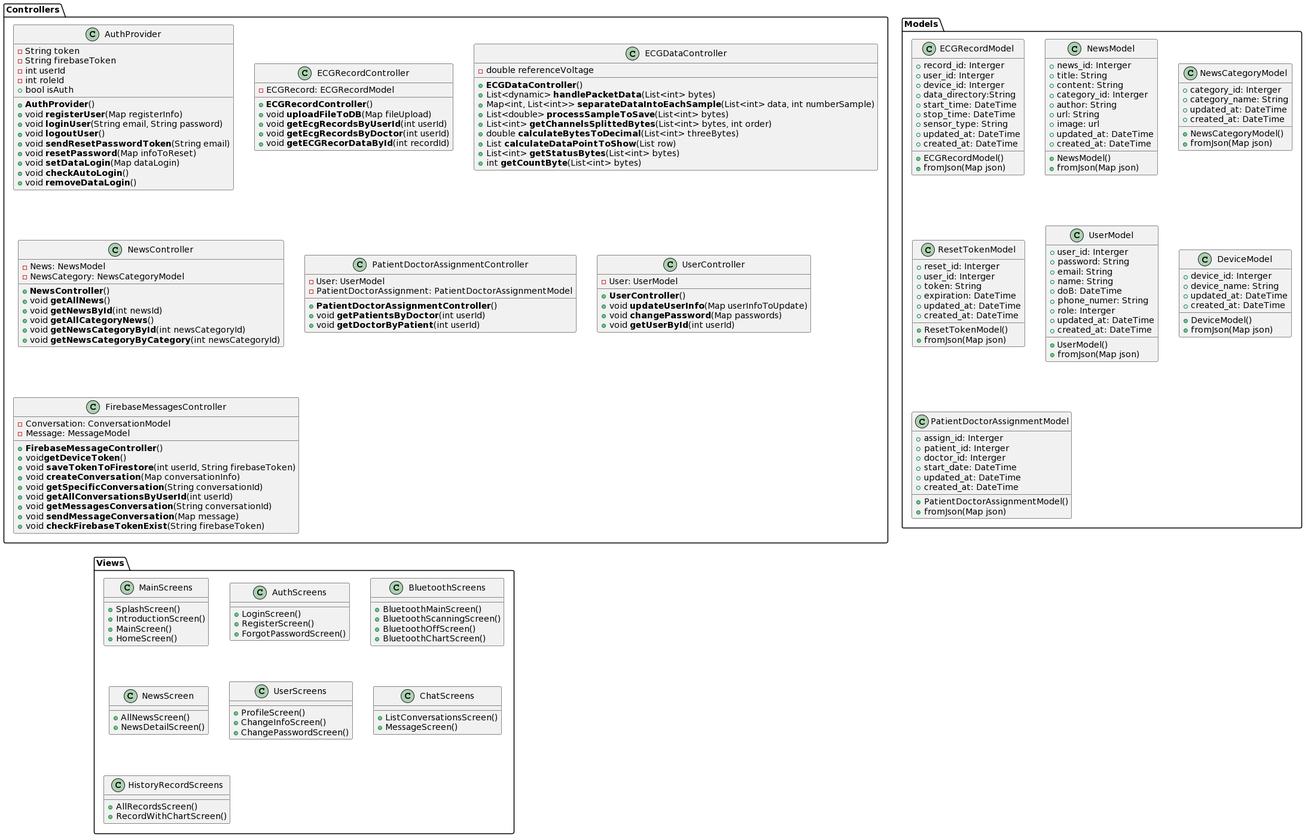
Above: latex_thesis/Images/mobile_app/class_diagram/mobile_class_diagram.png in techcomrade/fmECG (PlantUML), before the change. The source it was exported from:
```plantuml
@startuml

package Controllers {
    class AuthProvider {
        - String token
        - String firebaseToken
        - int userId
        - int roleId
        + bool isAuth

        + **AuthProvider**()
        + void **registerUser**(Map registerInfo)
        + void **loginUser**(String email, String password)
        + void **logoutUser**()
        + void **sendResetPasswordToken**(String email)
        + void **resetPassword**(Map infoToReset)
        + void **setDataLogin**(Map dataLogin)
        + void **checkAutoLogin**()
        + void **removeDataLogin**()
    }

    class ECGRecordController {
        - ECGRecord: ECGRecordModel

        + **ECGRecordController**()
        + void **uploadFileToDB**(Map fileUpload)
        + void **getEcgRecordsByUserId**(int userId)
        + void **getEcgRecordsByDoctor**(int userId)
        + void **getECGRecorDataById**(int recordId)
    }

   class ECGDataController {
        - double referenceVoltage
        + **ECGDataController**()
        + List<dynamic> **handlePacketData**(List<int> bytes)
        + Map<int, List<int>> **separateDataIntoEachSample**(List<int> data, int numberSample)
        + List<double> **processSampleToSave**(List<int> bytes)
        + List<int> **getChannelsSplittedBytes**(List<int> bytes, int order)
        + double **calculateBytesToDecimal**(List<int> threeBytes)
        + List **calculateDataPointToShow**(List row)
        + List<int> **getStatusBytes**(List<int> bytes)
        + int **getCountByte**(List<int> bytes)
    }

    class NewsController {
        - News: NewsModel
        - NewsCategory: NewsCategoryModel

        + **NewsController**()
        + void **getAllNews**()
        + void **getNewsById**(int newsId)
        + void **getAllCategoryNews**()
        + void **getNewsCategoryById**(int newsCategoryId)
        + void **getNewsCategoryByCategory**(int newsCategoryId)
    }

    class PatientDoctorAssignmentController {
        - User: UserModel
        - PatientDoctorAssignment: PatientDoctorAssignmentModel

        + **PatientDoctorAssignmentController**()
        + void **getPatientsByDoctor**(int userId)
        + void **getDoctorByPatient**(int userId)
    }

    class UserController {
        - User: UserModel

        + **UserController**()
        + void **updateUserInfo**(Map userInfoToUpdate)
        + void **changePassword**(Map passwords)
        + void **getUserById**(int userId)

    }

    class FirebaseMessagesController  {
        - Conversation: ConversationModel
        - Message: MessageModel

        + **FirebaseMessageController**()
        + void**getDeviceToken**()
        + void **saveTokenToFirestore**(int userId, String firebaseToken)
        + void **createConversation**(Map conversationInfo)
        + void **getSpecificConversation**(String conversationId)
        + void **getAllConversationsByUserId**(int userId)
        + void **getMessagesConversation**(String conversationId)
        + void **sendMessageConversation**(Map message)
        + void **checkFirebaseTokenExist**(String firebaseToken)
    }
}


package Models {
    class ECGRecordModel {
        + record_id: Interger
        + user_id: Interger
        + device_id: Interger
        + data_directory:String
        + start_time: DateTime
        + stop_time: DateTime
        + sensor_type: String
        + updated_at: DateTime
        + created_at: DateTime

        + ECGRecordModel()
        + fromJson(Map json)

    }

    class NewsModel {
        + news_id: Interger
        + title: String
        + content: String
        + category_id: Interger
        + author: String
        + url: String
        + image: url
        + updated_at: DateTime
        + created_at: DateTime

        + NewsModel()
        + fromJson(Map json)
    }

    class NewsCategoryModel {
        + category_id: Interger
        + category_name: String
        + updated_at: DateTime
        + created_at: DateTime

        + NewsCategoryModel()
        + fromJson(Map json)

    }

    class ResetTokenModel {
        + reset_id: Interger
        + user_id: Interger
        + token: String
        + expiration: DateTime
        + updated_at: DateTime
        + created_at: DateTime

        + ResetTokenModel()
        + fromJson(Map json)

    }

    class UserModel {
        + user_id: Interger
        + password: String
        + email: String
        + name: String
        + doB: DateTime
        + phone_numer: String
        + role: Interger
        + updated_at: DateTime
        + created_at: DateTime

        + UserModel()
        + fromJson(Map json)

    }

    class DeviceModel {
        + device_id: Interger
        + device_name: String
        + updated_at: DateTime
        + created_at: DateTime

        + DeviceModel()
        + fromJson(Map json)

    }

    class PatientDoctorAssignmentModel {
        + assign_id: Interger
        + patient_id: Interger
        + doctor_id: Interger
        + start_date: DateTime
        + updated_at: DateTime
        + created_at: DateTime

        + PatientDoctorAssignmentModel()
        + fromJson(Map json)
    }

}

package Views {

  class MainScreens {
    + SplashScreen()
    + IntroductionScreen()
    + MainScreen()
    + HomeScreen()
  }

  class AuthScreens {
    + LoginScreen()
    + RegisterScreen()
    + ForgotPasswordScreen()
  }

  class BluetoothScreens {
    + BluetoothMainScreen()
    + BluetoothScanningScreen()
    + BluetoothOffScreen()
    + BluetoothChartScreen()
  }

  class NewsScreen {
    + AllNewsScreen()
    + NewsDetailScreen()
  }

  class UserScreens {
    + ProfileScreen()
    + ChangeInfoScreen()
    + ChangePasswordScreen()
  }

  class ChatScreens {
    + ListConversationsScreen()
    + MessageScreen()
  }

  class HistoryRecordScreens {
    + AllRecordsScreen()
    + RecordWithChartScreen()
  }
}
@enduml
```
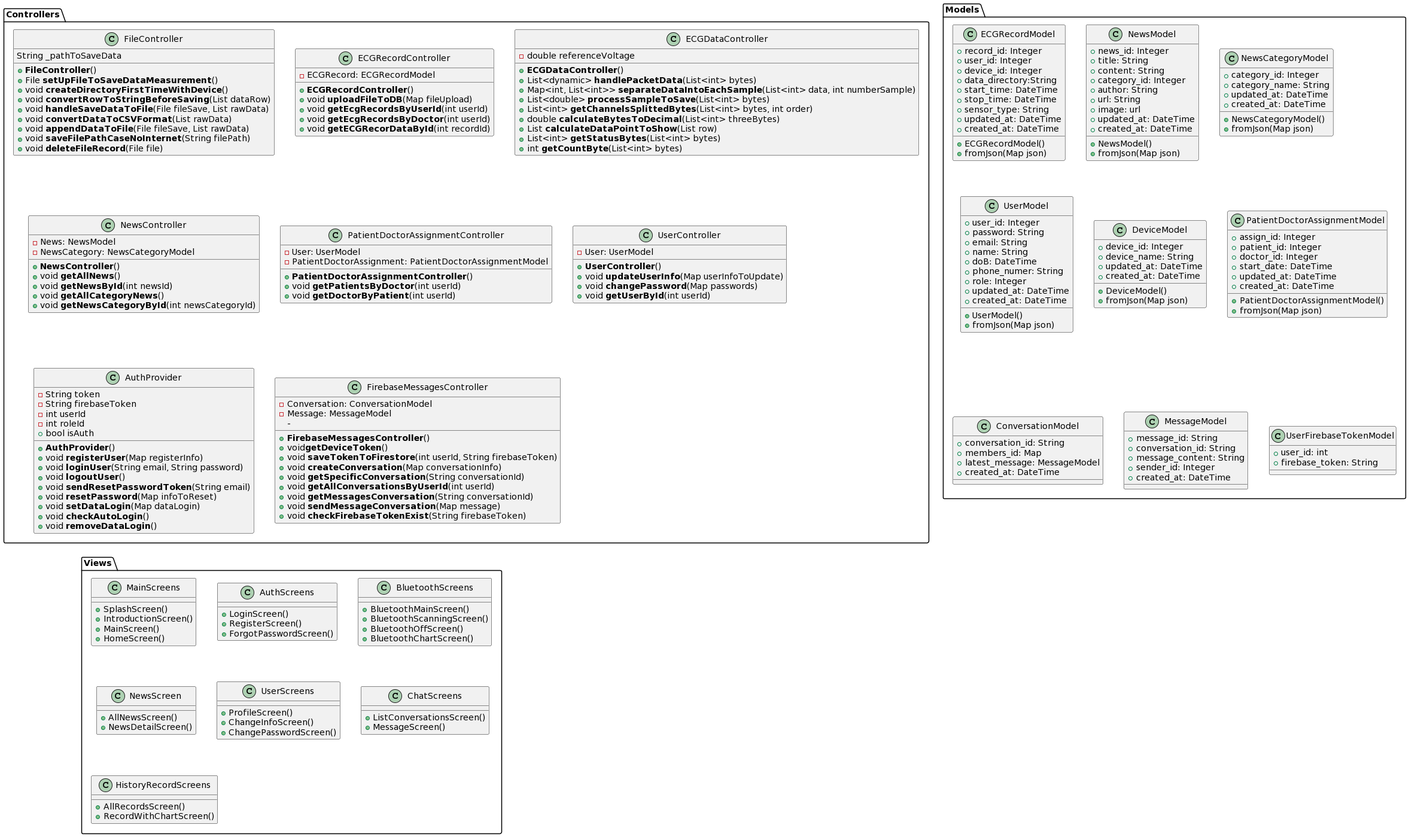
Later version of the same file.

Diff of the diagram source:
```diff
@@ -1,22 +1,18 @@
 @startuml
 
 package Controllers {
-    class AuthProvider {
-        - String token
-        - String firebaseToken
-        - int userId
-        - int roleId
-        + bool isAuth
+    class FileController {
+        String _pathToSaveData
 
-        + **AuthProvider**()
-        + void **registerUser**(Map registerInfo)
-        + void **loginUser**(String email, String password)
-        + void **logoutUser**()
-        + void **sendResetPasswordToken**(String email)
-        + void **resetPassword**(Map infoToReset)
-        + void **setDataLogin**(Map dataLogin)
-        + void **checkAutoLogin**()
-        + void **removeDataLogin**()
+        + **FileController**()
+        + File **setUpFileToSaveDataMeasurement**()
+        + void **createDirectoryFirstTimeWithDevice**()
+        + void **convertRowToStringBeforeSaving**(List dataRow)
+        + void **handleSaveDataToFile**(File fileSave, List rawData)
+        + void **convertDataToCSVFormat**(List rawData)
+        + void **appendDataToFile**(File fileSave, List rawData)
+        + void **saveFilePathCaseNoInternet**(String filePath)
+        + void **deleteFileRecord**(File file)
     }
 
     class ECGRecordController {
@@ -51,7 +47,6 @@
         + void **getNewsById**(int newsId)
         + void **getAllCategoryNews**()
         + void **getNewsCategoryById**(int newsCategoryId)
-        + void **getNewsCategoryByCategory**(int newsCategoryId)
     }
 
     class PatientDoctorAssignmentController {
@@ -73,11 +68,30 @@
 
     }
 
+    class AuthProvider {
+        - String token
+        - String firebaseToken
+        - int userId
+        - int roleId
+        + bool isAuth
+
+        + **AuthProvider**()
+        + void **registerUser**(Map registerInfo)
+        + void **loginUser**(String email, String password)
+        + void **logoutUser**()
+        + void **sendResetPasswordToken**(String email)
+        + void **resetPassword**(Map infoToReset)
+        + void **setDataLogin**(Map dataLogin)
+        + void **checkAutoLogin**()
+        + void **removeDataLogin**()
+    }
+
     class FirebaseMessagesController  {
         - Conversation: ConversationModel
         - Message: MessageModel
+        -
 
-        + **FirebaseMessageController**()
+        + **FirebaseMessagesController**()
         + void**getDeviceToken**()
         + void **saveTokenToFirestore**(int userId, String firebaseToken)
         + void **createConversation**(Map conversationInfo)
@@ -92,9 +106,9 @@
 
 package Models {
     class ECGRecordModel {
-        + record_id: Interger
-        + user_id: Interger
-        + device_id: Interger
+        + record_id: Integer
+        + user_id: Integer
+        + device_id: Integer
         + data_directory:String
         + start_time: DateTime
         + stop_time: DateTime
@@ -108,10 +122,10 @@
     }
 
     class NewsModel {
-        + news_id: Interger
+        + news_id: Integer
         + title: String
         + content: String
-        + category_id: Interger
+        + category_id: Integer
         + author: String
         + url: String
         + image: url
@@ -123,7 +137,7 @@
     }
 
     class NewsCategoryModel {
-        + category_id: Interger
+        + category_id: Integer
         + category_name: String
         + updated_at: DateTime
         + created_at: DateTime
@@ -133,27 +147,14 @@
 
     }
 
-    class ResetTokenModel {
-        + reset_id: Interger
-        + user_id: Interger
-        + token: String
-        + expiration: DateTime
-        + updated_at: DateTime
-        + created_at: DateTime
-
-        + ResetTokenModel()
-        + fromJson(Map json)
-
-    }
-
     class UserModel {
-        + user_id: Interger
+        + user_id: Integer
         + password: String
         + email: String
         + name: String
         + doB: DateTime
         + phone_numer: String
-        + role: Interger
+        + role: Integer
         + updated_at: DateTime
         + created_at: DateTime
 
@@ -163,7 +164,7 @@
     }
 
     class DeviceModel {
-        + device_id: Interger
+        + device_id: Integer
         + device_name: String
         + updated_at: DateTime
         + created_at: DateTime
@@ -174,9 +175,9 @@
     }
 
     class PatientDoctorAssignmentModel {
-        + assign_id: Interger
-        + patient_id: Interger
-        + doctor_id: Interger
+        + assign_id: Integer
+        + patient_id: Integer
+        + doctor_id: Integer
         + start_date: DateTime
         + updated_at: DateTime
         + created_at: DateTime
@@ -185,6 +186,25 @@
         + fromJson(Map json)
     }
 
+    class ConversationModel {
+      + conversation_id: String
+      + members_id: Map
+      + latest_message: MessageModel
+      + created_at: DateTime
+    }
+
+    class MessageModel {
+      + message_id: String
+      + conversation_id: String
+      + message_content: String
+      + sender_id: Integer
+      + created_at: DateTime
+    }
+
+    class UserFirebaseTokenModel {
+      + user_id: int
+      + firebase_token: String
+    }
 }
 
 package Views {
```
